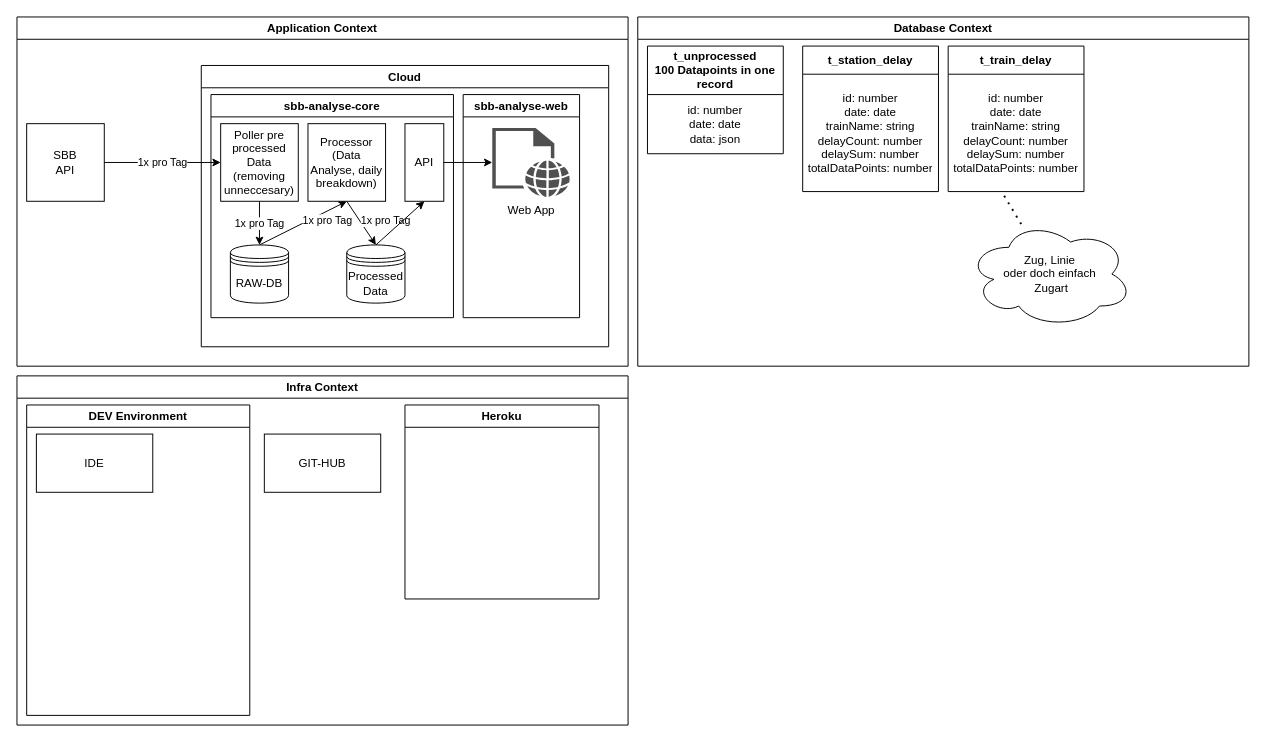
The draw.io diagram project/entwurf.drawio in GsteigerDominik/sbb-analyse-core, before the edit. Source tidied: cells renumbered, new cells numbered last; positions are measured from the earlier drawing's top-left corner, leaving out a move shared by most shapes. Both pictures are drawn from the tidied source at 97%, with x=0, y=0 at pixel (16, 16).
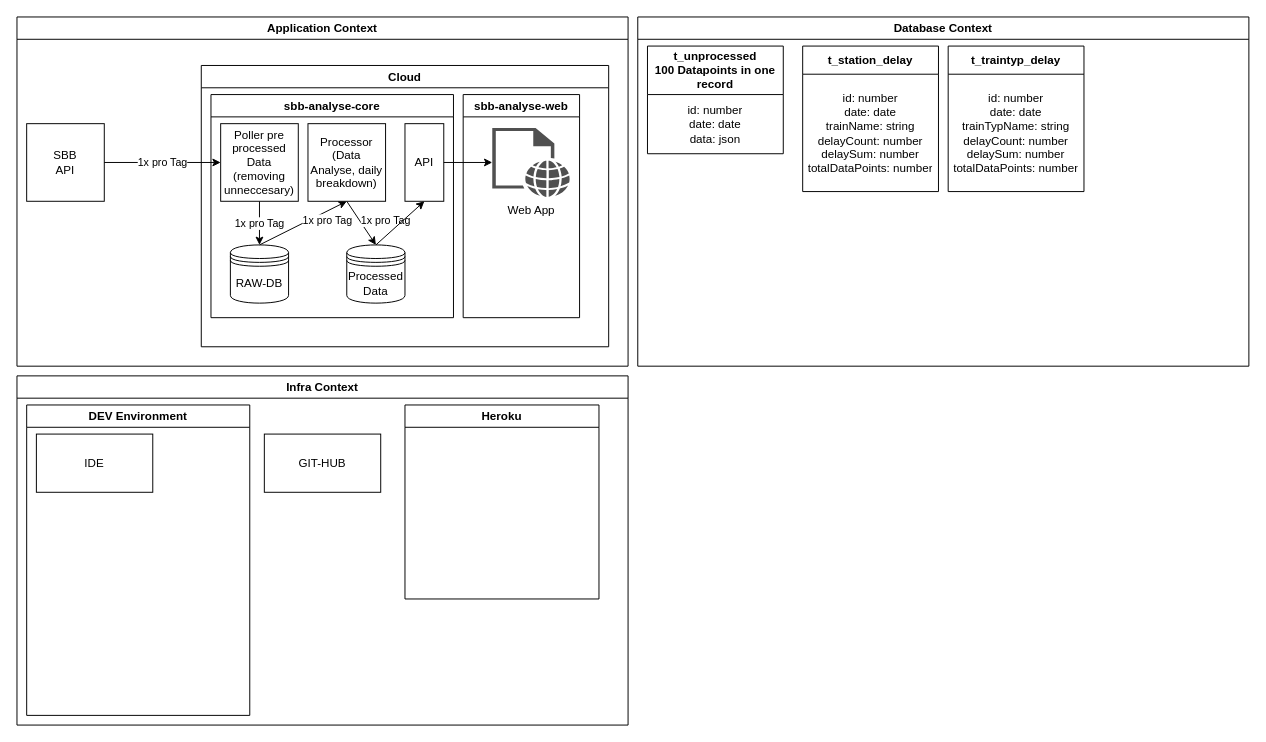
The same diagram, later.

Unchanged cells that the change refers to:
```xml
<mxCell id="24" value="Database Context" style="swimlane;whiteSpace=wrap;html=1;startSize=23;" parent="1" vertex="1">
  <mxGeometry x="640" width="630" height="360" as="geometry" />
</mxCell>
```

Diff of the diagram source:
```diff
@@
-    <mxCell id="29" value="t_train_delay" style="swimlane;fontStyle=1;align=center;verticalAlign=middle;horizontal=1;startSize=29;html=1;whiteSpace=wrap;" parent="24" vertex="1">
+    <mxCell id="29" value="t_traintyp_delay" style="swimlane;fontStyle=1;align=center;verticalAlign=middle;horizontal=1;startSize=29;html=1;whiteSpace=wrap;" parent="24" vertex="1">
       <mxGeometry x="320" y="30" width="140" height="150" as="geometry" />
     </mxCell>
-    <mxCell id="30" value="id: number&lt;br&gt;date: date&lt;br&gt;trainName: string&lt;br&gt;delayCount: number&lt;br&gt;delaySum: number&lt;br&gt;totalDataPoints: number" style="text;html=1;strokeColor=none;fillColor=none;align=center;verticalAlign=middle;spacingLeft=4;spacingRight=4;overflow=hidden;points=[[0,0.5],[1,0.5]];portConstraint=eastwest;whiteSpace=wrap;" parent="29" vertex="1">
+    <mxCell id="30" value="id: number&lt;br&gt;date: date&lt;br&gt;trainTypName: string&lt;br&gt;delayCount: number&lt;br&gt;delaySum: number&lt;br&gt;totalDataPoints: number" style="text;html=1;strokeColor=none;fillColor=none;align=center;verticalAlign=middle;spacingLeft=4;spacingRight=4;overflow=hidden;points=[[0,0.5],[1,0.5]];portConstraint=eastwest;whiteSpace=wrap;" parent="29" vertex="1">
       <mxGeometry y="29" width="140" height="121" as="geometry" />
     </mxCell>
-    <mxCell id="31" value="Zug, Linie &lt;br&gt;oder doch einfach&lt;br&gt;&amp;nbsp;Zugart" style="ellipse;shape=cloud;whiteSpace=wrap;html=1;" parent="24" vertex="1">
-      <mxGeometry x="340" y="210" width="170" height="110" as="geometry" />
-    </mxCell>
-    <mxCell id="32" style="endArrow=none;dashed=1;html=1;dashPattern=1 3;strokeWidth=2;rounded=0;entryX=0.393;entryY=0.999;entryDx=0;entryDy=0;entryPerimeter=0;" parent="24" edge="1" source="31" target="30">
-      <mxGeometry relative="1" as="geometry" />
-    </mxCell>
```
